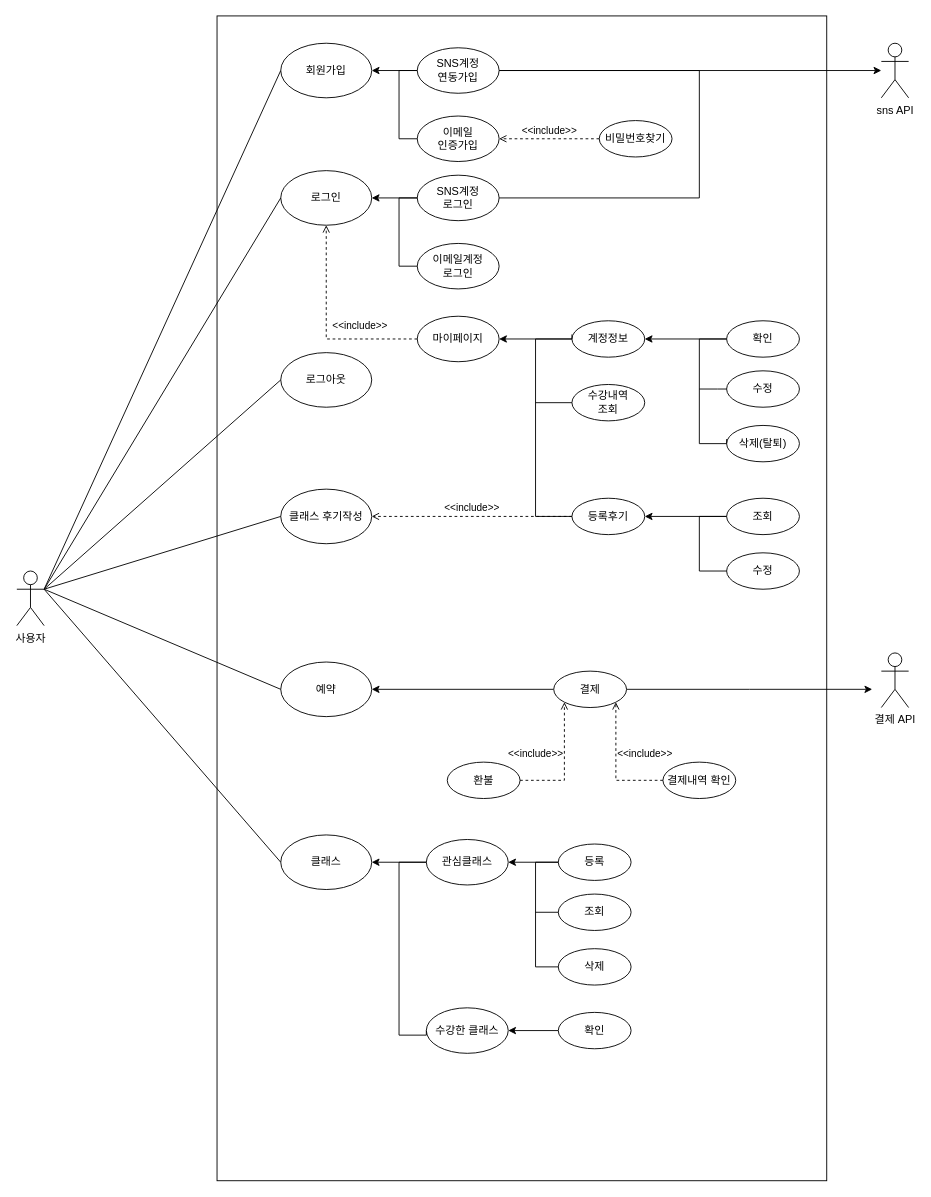
The draw.io diagram LiClassProject/라이클래스 팀프로젝트 산출물/4. 유스케이스 및 기술서/회원관리 유스케이스.drawio in jmlim1107/jmlim1107.kh, before the edit. Source tidied: cells renumbered, new cells numbered last; positions are measured from the earlier drawing's top-left corner, leaving out a move shared by most shapes. Both pictures are drawn from the tidied source at 91%, with x=0, y=0 at pixel (16, 15).
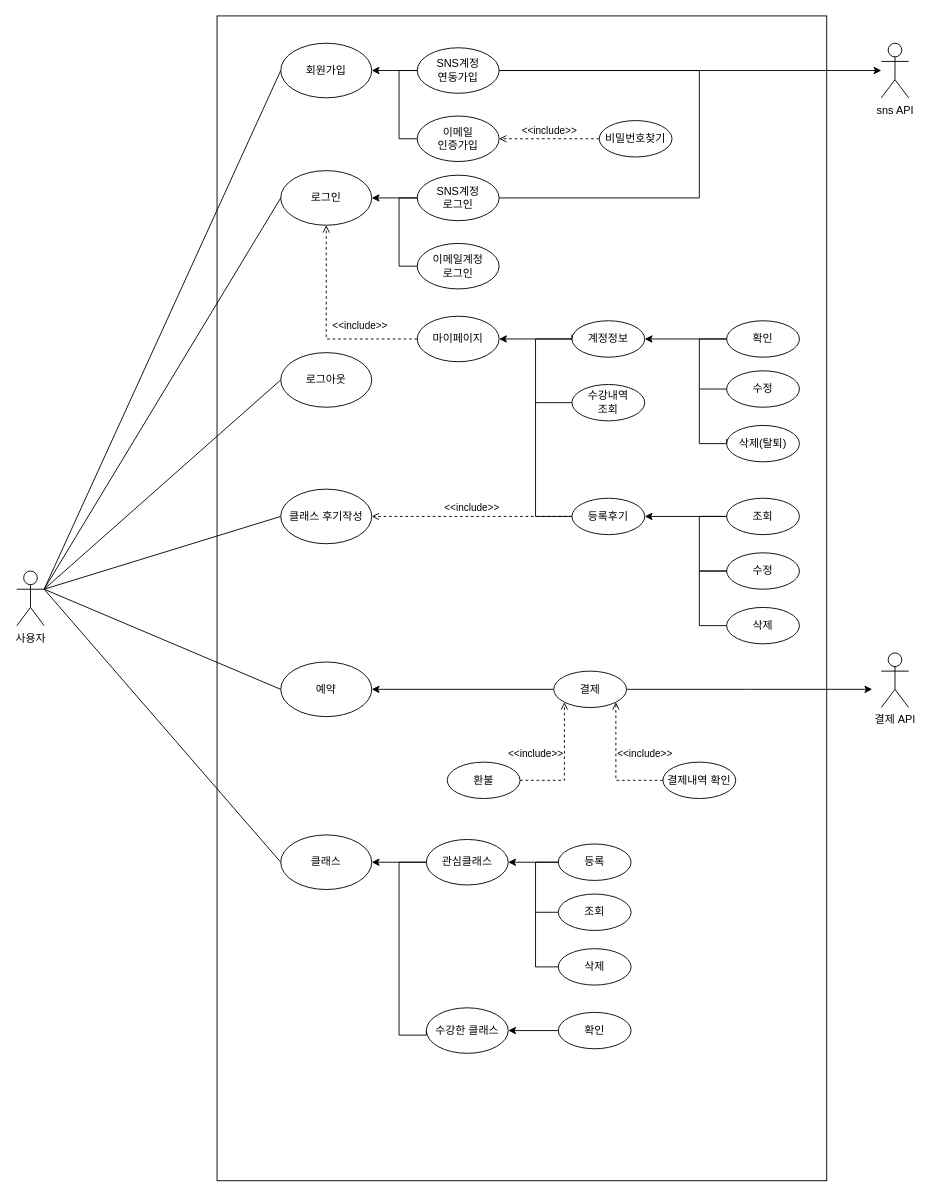
Above is the later version.

Commit message:
Update 회원관리 유스케이스.drawio

What changed in the source:
```diff
@@
+    <mxCell id="68" value="삭제" style="ellipse;whiteSpace=wrap;html=1;" parent="1" vertex="1">
+      <mxGeometry x="780" y="650" width="80" height="40" as="geometry" />
+    </mxCell>
+    <mxCell id="69" style="endArrow=none;html=1;rounded=0;labelBackgroundColor=default;strokeColor=default;fontFamily=Helvetica;fontSize=11;fontColor=default;shape=connector;entryX=0;entryY=0.5;entryDx=0;entryDy=0;edgeStyle=orthogonalEdgeStyle;exitX=0;exitY=0.5;exitDx=0;exitDy=0;" parent="1" edge="1">
+      <mxGeometry relative="1" as="geometry">
+        <mxPoint x="780" y="610" as="sourcePoint" />
+        <mxPoint x="780" y="670" as="targetPoint" />
+        <Array as="points">
+          <mxPoint x="750" y="610" />
+          <mxPoint x="750" y="670" />
+        </Array>
+      </mxGeometry>
+    </mxCell>
```
